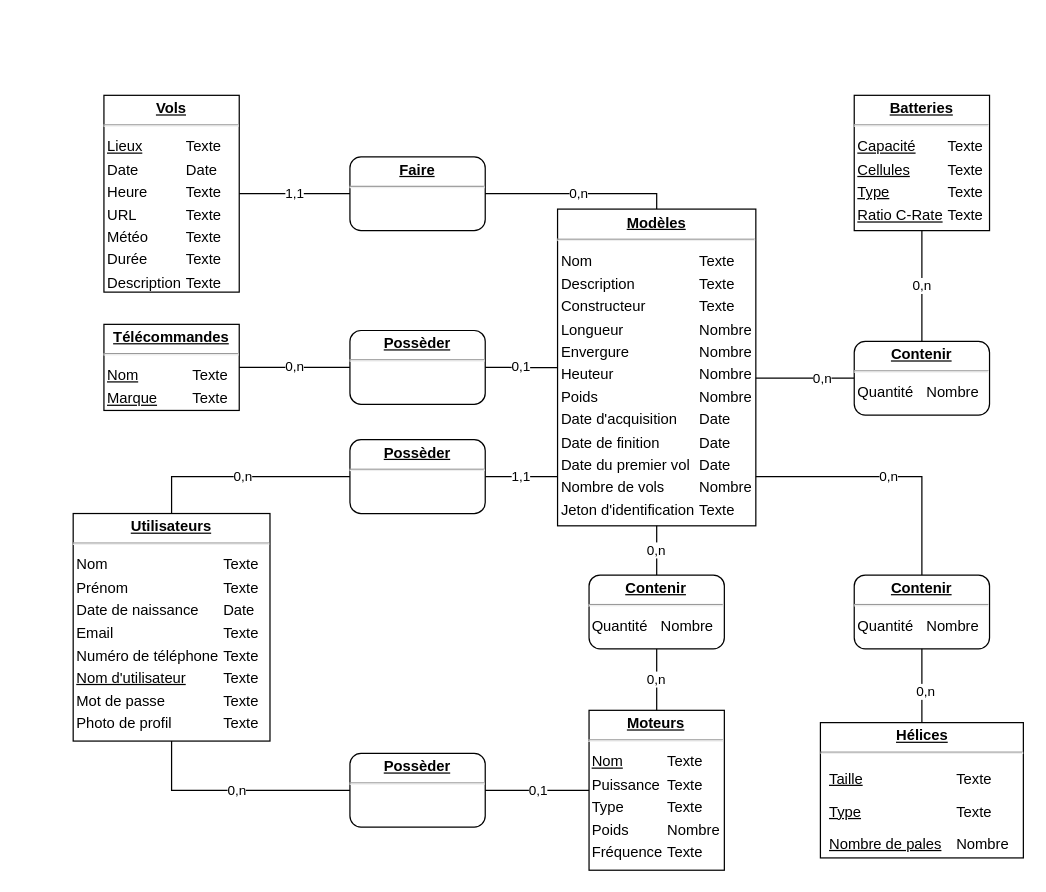
Earlier version of the draw.io diagram documents/DB/MCD.drawio (R0kkxSynetique/TPI). Source tidied: cells renumbered, new cells numbered last; positions are measured from the earlier drawing's top-left corner, leaving out a move shared by most shapes. Both pictures are drawn from the tidied source at 123%, with x=0, y=0 at pixel (73, 95).
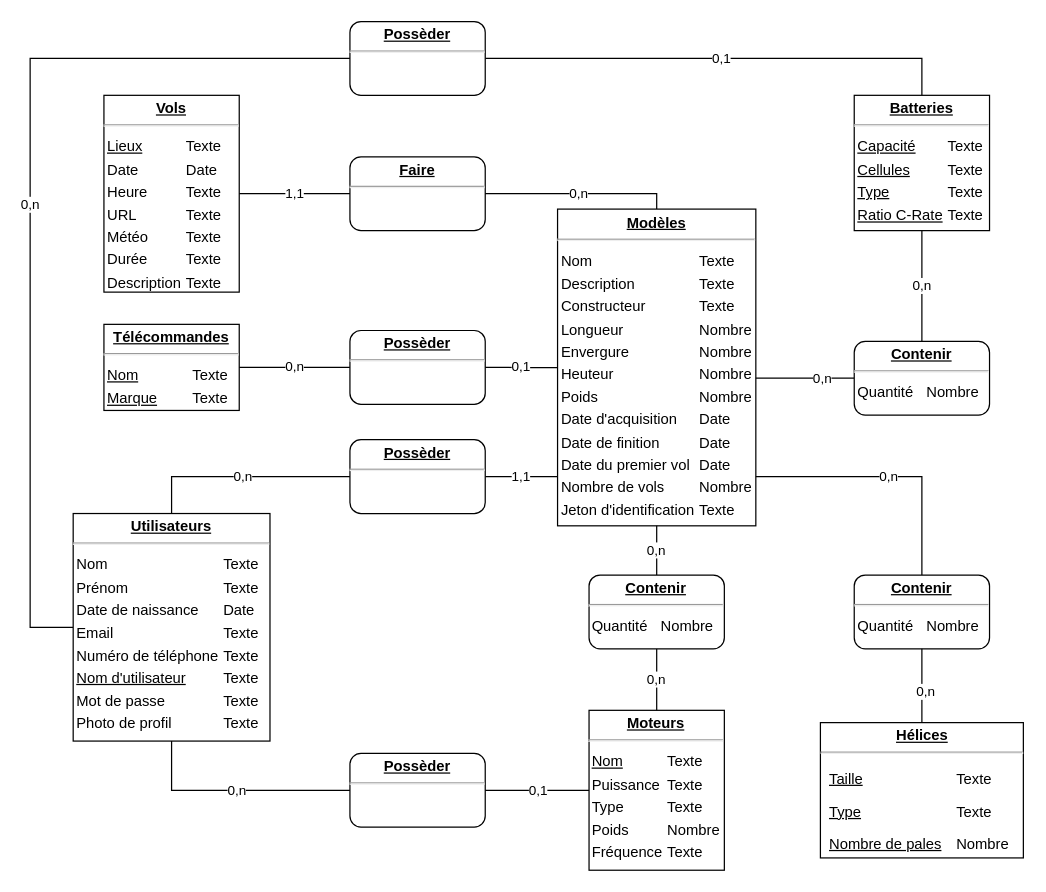
Above is the later version.

Unchanged cells that the change refers to:
```xml
<mxCell id="3" value="&lt;p style=&quot;margin: 0px ; margin-top: 4px ; text-align: center ; text-decoration: underline&quot;&gt;&lt;b&gt;Utilisateurs&lt;/b&gt;&lt;/p&gt;&lt;hr&gt;&lt;p style=&quot;border-color: var(--border-color); margin: 0px 0px 0px 8px;&quot;&gt;&lt;/p&gt;&lt;table align=&quot;left&quot;&gt;&lt;tbody&gt;&lt;tr&gt;&lt;td&gt;Nom&lt;/td&gt;&lt;td&gt;Texte&lt;/td&gt;&lt;/tr&gt;&lt;tr&gt;&lt;td&gt;Prénom&lt;/td&gt;&lt;td&gt;Texte&lt;/td&gt;&lt;/tr&gt;&lt;tr&gt;&lt;td&gt;Date de naissance&lt;/td&gt;&lt;td&gt;Date&lt;/td&gt;&lt;/tr&gt;&lt;tr&gt;&lt;td&gt;Email&lt;/td&gt;&lt;td&gt;Texte&lt;/td&gt;&lt;/tr&gt;&lt;tr&gt;&lt;td&gt;Numéro de téléphone&lt;/td&gt;&lt;td&gt;Texte&lt;/td&gt;&lt;/tr&gt;&lt;tr&gt;&lt;td&gt;&lt;u&gt;Nom d'utilisateur&lt;/u&gt;&lt;/td&gt;&lt;td&gt;Texte&lt;/td&gt;&lt;/tr&gt;&lt;tr&gt;&lt;td&gt;Mot de passe&lt;/td&gt;&lt;td&gt;Texte&lt;/td&gt;&lt;/tr&gt;&lt;tr&gt;&lt;td&gt;Photo de profil&lt;/td&gt;&lt;td&gt;Texte&lt;/td&gt;&lt;/tr&gt;&lt;/tbody&gt;&lt;/table&gt;&lt;p&gt;&lt;/p&gt;&lt;table&gt;&lt;tbody&gt;&lt;/tbody&gt;&lt;/table&gt;" style="verticalAlign=top;align=left;overflow=fill;fontSize=12;fontFamily=Helvetica;html=1;rounded=0;shadow=0;comic=0;labelBackgroundColor=none;strokeWidth=1;" parent="1" vertex="1">
  <mxGeometry y="340" width="160" height="185" as="geometry" />
</mxCell>
<mxCell id="8" value="&lt;p style=&quot;margin: 0px ; margin-top: 4px ; text-align: center ; text-decoration: underline&quot;&gt;&lt;b&gt;Batteries&lt;/b&gt;&lt;/p&gt;&lt;hr&gt;&lt;p style=&quot;border-color: var(--border-color); margin: 0px 0px 0px 8px;&quot;&gt;&lt;/p&gt;&lt;table align=&quot;left&quot;&gt;&lt;tbody&gt;&lt;tr&gt;&lt;td&gt;&lt;u&gt;Capacité&lt;/u&gt;&lt;/td&gt;&lt;td&gt;Texte&lt;/td&gt;&lt;/tr&gt;&lt;tr&gt;&lt;td&gt;&lt;u&gt;Cellules&lt;/u&gt;&lt;/td&gt;&lt;td&gt;Texte&lt;/td&gt;&lt;/tr&gt;&lt;tr&gt;&lt;td&gt;&lt;u&gt;Type&lt;/u&gt;&lt;/td&gt;&lt;td&gt;Texte&lt;/td&gt;&lt;/tr&gt;&lt;tr&gt;&lt;td&gt;&lt;u&gt;Ratio C-Rate&lt;/u&gt;&lt;/td&gt;&lt;td&gt;Texte&lt;/td&gt;&lt;/tr&gt;&lt;/tbody&gt;&lt;/table&gt;&lt;p&gt;&lt;/p&gt;&lt;table&gt;&lt;tbody&gt;&lt;/tbody&gt;&lt;/table&gt;" style="verticalAlign=top;align=left;overflow=fill;fontSize=12;fontFamily=Helvetica;html=1;rounded=0;shadow=0;comic=0;labelBackgroundColor=none;strokeWidth=1;" parent="1" vertex="1">
  <mxGeometry x="635" width="110" height="110" as="geometry" />
</mxCell>
```

Change to the diagram source:
```diff
@@
+    <mxCell id="30" value="0,n" style="edgeStyle=orthogonalEdgeStyle;rounded=0;jettySize=auto;html=1;endArrow=none;endFill=0;" parent="1" edge="1" source="3" target="32">
+      <mxGeometry relative="1" as="geometry">
+        <Array as="points">
+          <mxPoint x="-35" y="433" />
+          <mxPoint x="-35" y="-30" />
+        </Array>
+      </mxGeometry>
+    </mxCell>
@@
+    <mxCell id="31" value="0,1" style="edgeStyle=orthogonalEdgeStyle;rounded=0;jettySize=auto;html=1;endArrow=none;endFill=0;" parent="1" edge="1" source="8" target="32">
+      <mxGeometry relative="1" as="geometry">
+        <Array as="points">
+          <mxPoint x="690" y="-30" />
+        </Array>
+      </mxGeometry>
+    </mxCell>
@@
+    <mxCell id="32" value="&lt;p style=&quot;margin: 0px ; margin-top: 4px ; text-align: center ; text-decoration: underline&quot;&gt;&lt;b&gt;Possèder&lt;/b&gt;&lt;/p&gt;&lt;hr&gt;&lt;p style=&quot;border-color: var(--border-color); margin: 0px 0px 0px 8px;&quot;&gt;&lt;/p&gt;&lt;table&gt;&lt;tbody&gt;&lt;/tbody&gt;&lt;/table&gt;&lt;p&gt;&lt;/p&gt;&lt;table&gt;&lt;tbody&gt;&lt;/tbody&gt;&lt;/table&gt;" style="verticalAlign=top;align=left;overflow=fill;fontSize=12;fontFamily=Helvetica;html=1;rounded=1;shadow=0;comic=0;labelBackgroundColor=none;strokeWidth=1;" parent="1" vertex="1">
+      <mxGeometry x="225" y="-60" width="110" height="60" as="geometry" />
+    </mxCell>
```
